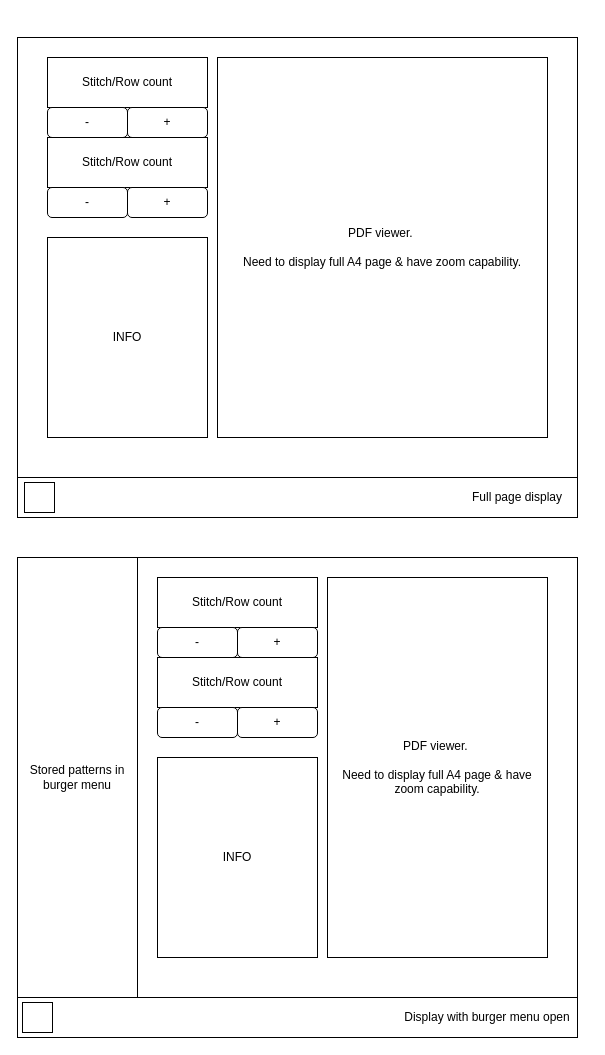
Before: PatternViewPage.drawio in eden2292/PatternViewer, a draw.io diagram. Source tidied: cells renumbered, new cells numbered last; positions are measured from the earlier drawing's top-left corner, leaving out a move shared by most shapes. Both pictures are drawn from the tidied source at 100%, with x=0, y=0 at pixel (17, 37).
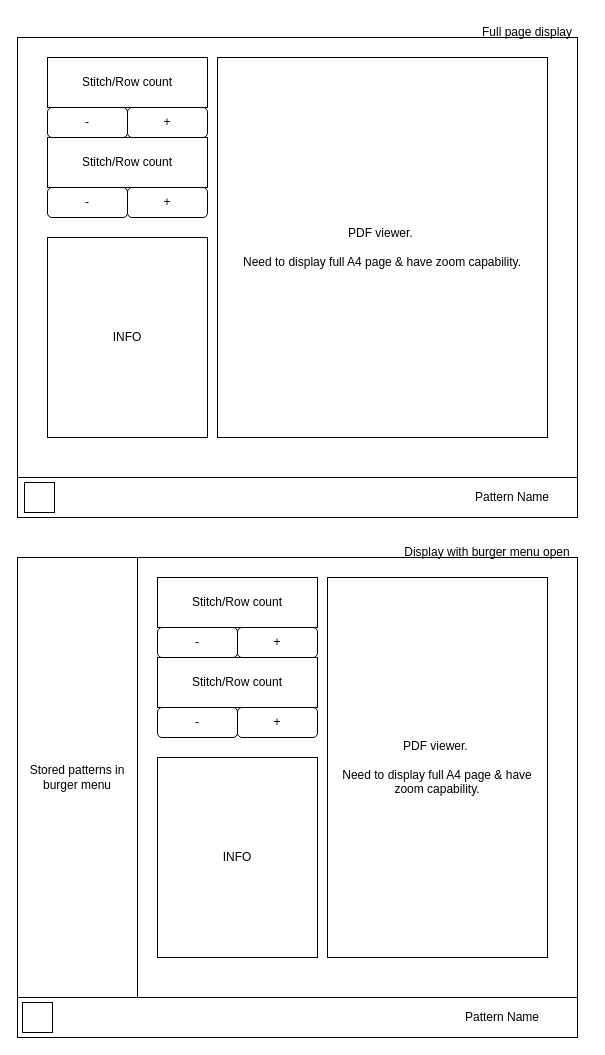
The same diagram, later.

Diff of the diagram source:
```diff
@@
     <mxCell id="27" value="Full page display" style="text;html=1;align=center;verticalAlign=middle;whiteSpace=wrap;rounded=0;" parent="1" vertex="1">
-      <mxGeometry x="440" y="445" width="120" height="30" as="geometry" />
+      <mxGeometry x="450" y="-20" width="120" height="30" as="geometry" />
     </mxCell>
     <mxCell id="28" value="Display with burger menu open" style="text;html=1;align=center;verticalAlign=middle;whiteSpace=wrap;rounded=0;" parent="1" vertex="1">
-      <mxGeometry x="380" y="965" width="180" height="30" as="geometry" />
+      <mxGeometry x="380" y="500" width="180" height="30" as="geometry" />
     </mxCell>
+    <mxCell id="29" value="Pattern Name" style="text;html=1;align=center;verticalAlign=middle;whiteSpace=wrap;rounded=0;" parent="1" vertex="1">
+      <mxGeometry x="440" y="445" width="110" height="30" as="geometry" />
+    </mxCell>
+    <mxCell id="30" value="Pattern Name" style="text;html=1;align=center;verticalAlign=middle;whiteSpace=wrap;rounded=0;" parent="1" vertex="1">
+      <mxGeometry x="430" y="965" width="110" height="30" as="geometry" />
+    </mxCell>
```
